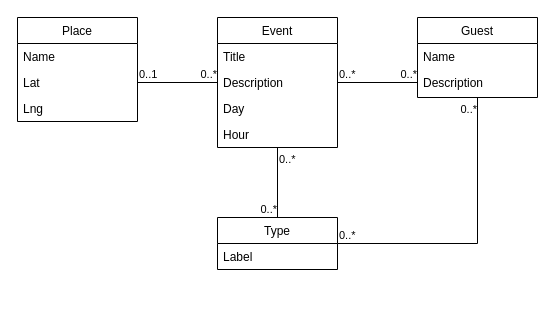
This is manifiestapp-model.drawio.xml from FreeCaribou/Manifiestapp, a draw.io file, before an edit. Source tidied: cells renumbered, new cells numbered last; positions are measured from the earlier drawing's top-left corner, leaving out a move shared by most shapes. Both pictures are drawn from the tidied source at 100%, with x=0, y=0 at pixel (17, 17).
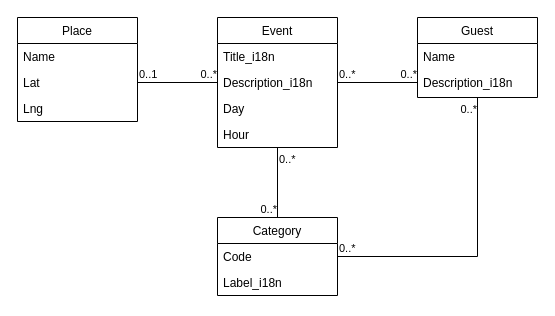
After the change.

Commit message (it also covers changes not shown here):
back - change model

Unchanged cells that the change refers to:
```xml
<mxCell id="2" value="Event" style="swimlane;fontStyle=0;align=center;verticalAlign=top;horizontal=1;startSize=26;rounded=0;shadow=0;strokeWidth=1;" parent="1" vertex="1">
  <mxGeometry x="200" width="120" height="130" as="geometry" />
</mxCell>
<mxCell id="7" value="Guest" style="swimlane;fontStyle=0;align=center;verticalAlign=top;horizontal=1;startSize=26;rounded=0;shadow=0;strokeWidth=1;" parent="1" vertex="1">
  <mxGeometry x="400" width="120" height="80" as="geometry" />
</mxCell>
```

The edit, as a diff of the source:
```diff
@@
-    <mxCell id="3" value="Title" style="text;align=left;verticalAlign=top;spacingLeft=4;spacingRight=4;overflow=hidden;" parent="2" vertex="1">
+    <mxCell id="3" value="Title_i18n&#10;" style="text;align=left;verticalAlign=top;spacingLeft=4;spacingRight=4;overflow=hidden;" parent="2" vertex="1">
       <mxGeometry y="26" width="120" height="26" as="geometry" />
     </mxCell>
-    <mxCell id="4" value="Description" style="text;align=left;verticalAlign=top;spacingLeft=4;spacingRight=4;overflow=hidden;points=[[0,0.5],[1,0.5]];portConstraint=eastwest;rounded=0;shadow=0;html=0;" parent="2" vertex="1">
+    <mxCell id="4" value="Description_i18n&#10;" style="text;align=left;verticalAlign=top;spacingLeft=4;spacingRight=4;overflow=hidden;points=[[0,0.5],[1,0.5]];portConstraint=eastwest;rounded=0;shadow=0;html=0;" parent="2" vertex="1">
       <mxGeometry y="52" width="120" height="26" as="geometry" />
     </mxCell>
@@
-    <mxCell id="9" value="Description" style="text;align=left;verticalAlign=top;spacingLeft=4;spacingRight=4;overflow=hidden;points=[[0,0.5],[1,0.5]];portConstraint=eastwest;rounded=0;shadow=0;html=0;" parent="7" vertex="1">
+    <mxCell id="9" value="Description_i18n" style="text;align=left;verticalAlign=top;spacingLeft=4;spacingRight=4;overflow=hidden;points=[[0,0.5],[1,0.5]];portConstraint=eastwest;rounded=0;shadow=0;html=0;" parent="7" vertex="1">
       <mxGeometry y="52" width="120" height="26" as="geometry" />
     </mxCell>
-    <mxCell id="10" value="Type" style="swimlane;fontStyle=0;horizontal=1;startSize=26;fillColor=none;" parent="1" vertex="1">
-      <mxGeometry x="200" y="200" width="120" height="52" as="geometry" />
+    <mxCell id="10" value="Category" style="swimlane;fontStyle=0;horizontal=1;startSize=26;fillColor=none;" parent="1" vertex="1">
+      <mxGeometry x="200" y="200" width="120" height="78" as="geometry" />
     </mxCell>
-    <mxCell id="11" value="Label" style="text;strokeColor=none;fillColor=none;align=left;verticalAlign=top;spacingLeft=4;spacingRight=4;overflow=hidden;" parent="10" vertex="1">
+    <mxCell id="11" value="Code" style="text;strokeColor=none;fillColor=none;align=left;verticalAlign=top;spacingLeft=4;spacingRight=4;overflow=hidden;" parent="10" vertex="1">
       <mxGeometry y="26" width="120" height="26" as="geometry" />
     </mxCell>
+    <mxCell id="28" value="Label_i18n&#10;" style="text;strokeColor=none;fillColor=none;align=left;verticalAlign=top;spacingLeft=4;spacingRight=4;overflow=hidden;" parent="10" vertex="1">
+      <mxGeometry y="52" width="120" height="26" as="geometry" />
+    </mxCell>
```
